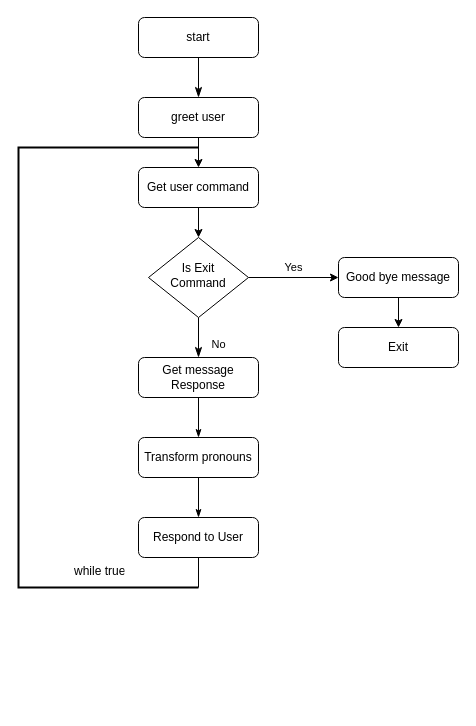
Above: ElizaFlowDiagram.drawio in hrishispi/ElizaChatbot (draw.io), before the change. Source tidied: cells renumbered, new cells numbered last; positions are measured from the earlier drawing's top-left corner, leaving out a move shared by most shapes. Both pictures are drawn from the tidied source at 100%, with x=0, y=0 at pixel (18, 17).
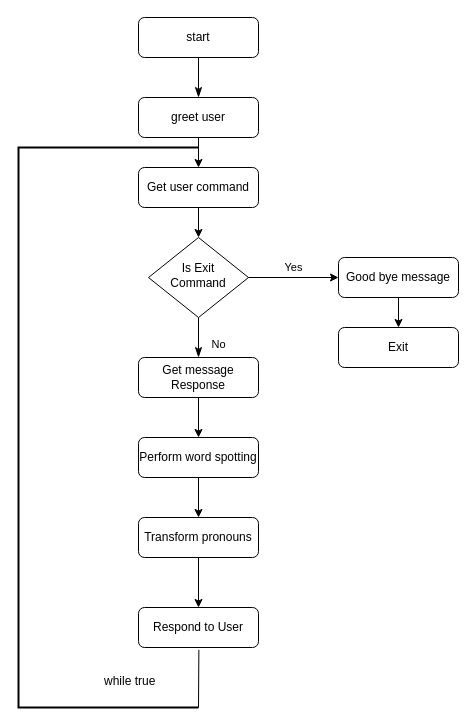
The same diagram, later.

The change refers to these unchanged cells:
```xml
<mxCell id="8" value="Get message Response" style="rounded=1;whiteSpace=wrap;html=1;fontSize=12;glass=0;strokeWidth=1;shadow=0;" parent="1" vertex="1">
  <mxGeometry x="120" y="340" width="120" height="40" as="geometry" />
</mxCell>
```

Change to the diagram source:
```diff
@@
-    <mxCell id="7" style="edgeStyle=orthogonalEdgeStyle;rounded=0;jettySize=auto;html=1;endArrow=classicThin;endFill=1;" parent="1" edge="1" source="8" target="17">
-      <mxGeometry relative="1" as="geometry" />
-    </mxCell>
+    <mxCell id="22" style="edgeStyle=orthogonalEdgeStyle;rounded=0;jettySize=auto;html=1;" parent="1" edge="1" source="8" target="24">
+      <mxGeometry relative="1" as="geometry" />
+    </mxCell>
@@
-    <mxCell id="16" style="edgeStyle=orthogonalEdgeStyle;rounded=0;jettySize=auto;html=1;endArrow=classicThin;endFill=1;" parent="1" edge="1" source="17" target="18">
+    <mxCell id="16" style="edgeStyle=orthogonalEdgeStyle;rounded=0;jettySize=auto;html=1;" parent="1" edge="1" source="17" target="18">
       <mxGeometry relative="1" as="geometry" />
     </mxCell>
     <mxCell id="17" value="Transform pronouns" style="rounded=1;whiteSpace=wrap;html=1;fontSize=12;glass=0;strokeWidth=1;shadow=0;" parent="1" vertex="1">
-      <mxGeometry x="120" y="420" width="120" height="40" as="geometry" />
+      <mxGeometry x="120" y="500" width="120" height="40" as="geometry" />
     </mxCell>
     <mxCell id="18" value="Respond to User" style="rounded=1;whiteSpace=wrap;html=1;fontSize=12;glass=0;strokeWidth=1;shadow=0;" parent="1" vertex="1">
-      <mxGeometry x="120" y="500" width="120" height="40" as="geometry" />
+      <mxGeometry x="120" y="590" width="120" height="40" as="geometry" />
     </mxCell>
     <mxCell id="19" style="strokeWidth=2;html=1;shape=mxgraph.flowchart.annotation_1;align=left;" parent="1" vertex="1">
-      <mxGeometry y="130" width="180" height="440" as="geometry" />
+      <mxGeometry y="130" width="180" height="560" as="geometry" />
     </mxCell>
-    <mxCell id="20" style="endArrow=none;html=1;entryX=1;entryY=1;entryDx=0;entryDy=0;entryPerimeter=0;exitX=0.5;exitY=1;exitDx=0;exitDy=0;" parent="1" edge="1" source="18" target="19">
-      <mxGeometry relative="1" as="geometry" />
+    <mxCell id="20" style="endArrow=none;html=1;entryX=1.002;entryY=0.897;entryDx=0;entryDy=0;entryPerimeter=0;" parent="1" edge="1" target="19">
+      <mxGeometry relative="1" as="geometry">
+        <mxPoint x="180" y="690" as="sourcePoint" />
+      </mxGeometry>
     </mxCell>
     <mxCell id="21" value="while true" style="text;strokeColor=none;fillColor=none;align=left;verticalAlign=top;spacingLeft=4;spacingRight=4;overflow=hidden;" parent="1" vertex="1">
-      <mxGeometry x="50" y="540" width="60" height="30" as="geometry" />
+      <mxGeometry x="80" y="650" width="90" height="30" as="geometry" />
     </mxCell>
+    <mxCell id="23" style="edgeStyle=orthogonalEdgeStyle;rounded=0;jettySize=auto;html=1;" parent="1" edge="1" source="24" target="17">
+      <mxGeometry relative="1" as="geometry" />
+    </mxCell>
+    <mxCell id="24" value="Perform word spotting" style="rounded=1;whiteSpace=wrap;html=1;fontSize=12;glass=0;strokeWidth=1;shadow=0;" parent="1" vertex="1">
+      <mxGeometry x="120" y="420" width="120" height="40" as="geometry" />
+    </mxCell>
```
